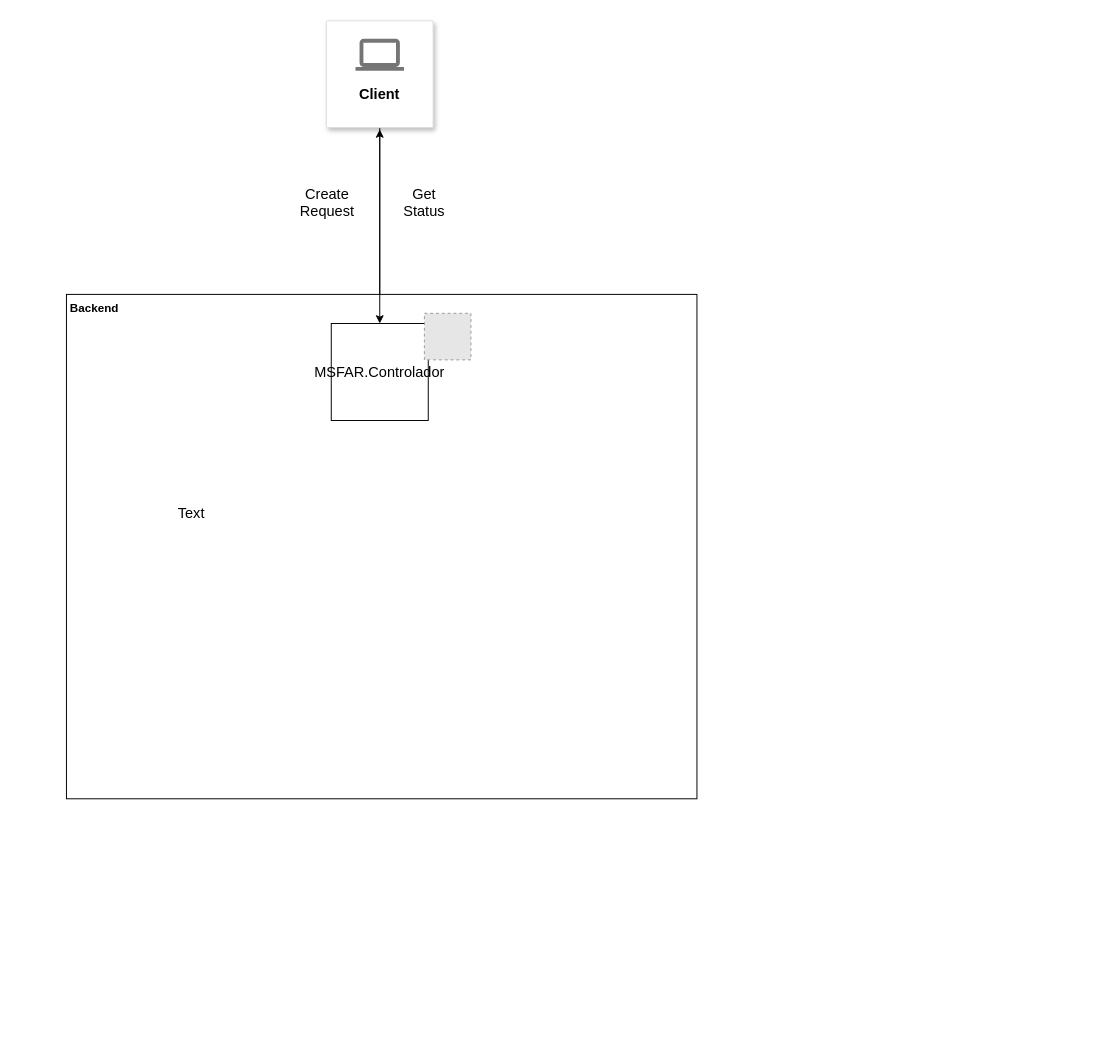
alanralmeida/fluxofar keeps this draw.io diagram as Diagrama sem nome.drawio. Above is the earlier version. Source tidied: cells renumbered, new cells numbered last; positions are measured from the earlier drawing's top-left corner, leaving out a move shared by most shapes. Both pictures are drawn from the tidied source at 97%, with x=0, y=0 at pixel (65, 20). Pictures stored in the file or linked from it are replaced by grey dashed boxes.
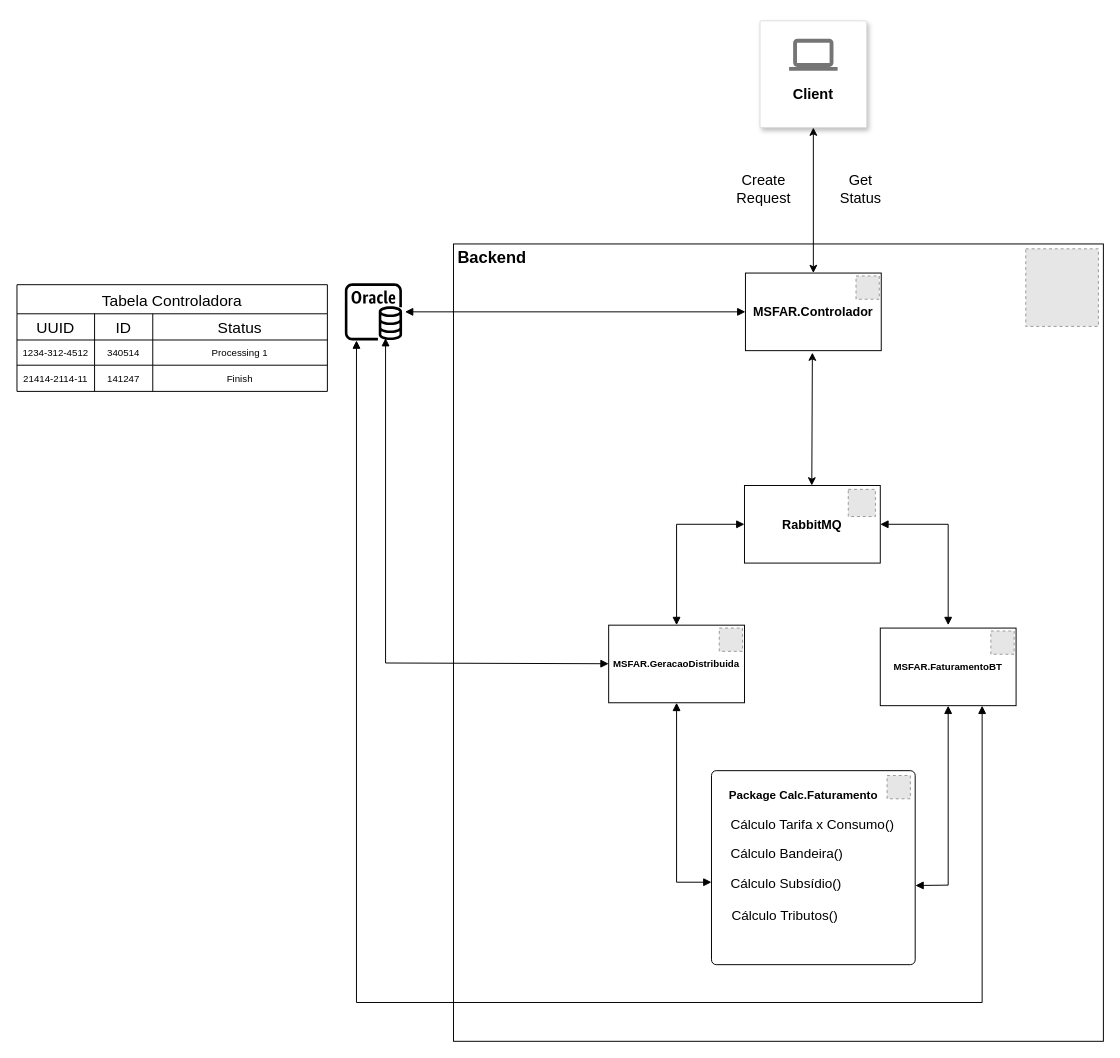
The same diagram, later.

Diff of the diagram source:
```diff
@@
-    <mxCell id="2" style="edgeStyle=orthogonalEdgeStyle;rounded=0;orthogonalLoop=1;jettySize=auto;html=1;fontSize=15;" parent="1" edge="1">
-      <mxGeometry relative="1" as="geometry">
-        <mxPoint x="324" y="282" as="sourcePoint" />
-        <mxPoint x="324" y="112" as="targetPoint" />
-      </mxGeometry>
-    </mxCell>
     <mxCell id="3" style="rounded=0;whiteSpace=wrap;html=1;fillColor=none;noLabel=0;" parent="1" vertex="1">
-      <mxGeometry x="1" y="282" width="650" height="520" as="geometry" />
+      <mxGeometry x="400" y="230" width="670" height="822" as="geometry" />
     </mxCell>
+    <mxCell id="16" value="RabbitMQ" style="whiteSpace=wrap;html=1;align=center;newEdgeStyle={&quot;edgeStyle&quot;:&quot;elbowEdgeStyle&quot;,&quot;startArrow&quot;:&quot;none&quot;,&quot;endArrow&quot;:&quot;none&quot;};fontSize=13;fillColor=none;gradientColor=none;fontStyle=1;" parent="1" vertex="1">
+      <mxGeometry x="700" y="479" width="140" height="80" as="geometry" />
+    </mxCell>
-    <mxCell id="4" value="Backend" style="text;html=1;strokeColor=none;fillColor=none;align=center;verticalAlign=middle;whiteSpace=wrap;rounded=0;fontStyle=1;" parent="1" vertex="1">
-      <mxGeometry y="282" width="60" height="30" as="geometry" />
+    <mxCell id="4" value="Backend" style="text;html=1;strokeColor=none;fillColor=none;align=center;verticalAlign=middle;whiteSpace=wrap;rounded=0;fontStyle=1;fontSize=17;" parent="1" vertex="1">
+      <mxGeometry x="410" y="230" width="60" height="30" as="geometry" />
     </mxCell>
-    <mxCell id="5" style="edgeStyle=orthogonalEdgeStyle;rounded=0;jettySize=auto;html=1;fontSize=15;" parent="1" edge="1" source="6" target="12">
-      <mxGeometry relative="1" as="geometry" />
-    </mxCell>
     <mxCell id="6" style="strokeColor=#dddddd;fillColor=#ffffff;shadow=1;strokeWidth=1;rounded=1;absoluteArcSize=1;arcSize=2;labelPosition=center;verticalLabelPosition=middle;align=center;verticalAlign=bottom;spacingLeft=0;fontColor=#999999;fontSize=13;whiteSpace=wrap;spacingBottom=2;html=1;fontStyle=1;" parent="1" vertex="1">
-      <mxGeometry x="269" width="110" height="110" as="geometry" />
+      <mxGeometry x="716" width="110" height="110" as="geometry" />
     </mxCell>
@@
     <mxCell id="9" value="Create Request" style="text;html=1;strokeColor=none;fillColor=none;align=center;verticalAlign=middle;whiteSpace=wrap;rounded=0;fontSize=15;" parent="1" vertex="1">
-      <mxGeometry x="240" y="172" width="60" height="30" as="geometry" />
+      <mxGeometry x="690" y="158" width="60" height="30" as="geometry" />
     </mxCell>
     <mxCell id="10" value="Get Status" style="text;html=1;strokeColor=none;fillColor=none;align=center;verticalAlign=middle;whiteSpace=wrap;rounded=0;fontSize=15;" parent="1" vertex="1">
-      <mxGeometry x="340" y="172" width="60" height="30" as="geometry" />
+      <mxGeometry x="790" y="158" width="60" height="30" as="geometry" />
     </mxCell>
@@
-    <mxCell id="12" style="whiteSpace=wrap;html=1;fontSize=15;fillColor=none;" parent="1" vertex="1">
-      <mxGeometry x="274" y="312" width="100" height="100" as="geometry" />
-    </mxCell>
-    <mxCell id="13" value="Text" style="text;html=1;strokeColor=none;fillColor=none;align=center;verticalAlign=middle;whiteSpace=wrap;rounded=0;fontSize=15;" parent="1" vertex="1">
-      <mxGeometry x="100" y="492" width="60" height="30" as="geometry" />
-    </mxCell>
+    <mxCell id="17" style="endArrow=classic;startArrow=classic;html=1;rounded=0;fontSize=10;exitX=0.5;exitY=0;exitDx=0;exitDy=0;" parent="1" edge="1" source="14" target="6">
+      <mxGeometry relative="1" as="geometry" />
+    </mxCell>
+    <mxCell id="18" style="sketch=0;fontColor=#232F3E;gradientColor=none;fillColor=#000000;strokeColor=none;dashed=0;verticalLabelPosition=bottom;verticalAlign=top;align=center;html=1;fontSize=12;fontStyle=0;shape=mxgraph.aws4.rds_oracle_instance;" parent="1" vertex="1">
+      <mxGeometry x="288" y="270.5" width="59" height="59" as="geometry" />
+    </mxCell>
-    <mxCell id="14" value="MSFAR.Controlador" style="text;html=1;strokeColor=none;fillColor=none;align=center;verticalAlign=middle;whiteSpace=wrap;rounded=0;fontSize=15;" parent="1" vertex="1">
-      <mxGeometry x="301" y="349.5" width="46" height="25" as="geometry" />
+    <mxCell id="14" value="MSFAR.Controlador" style="whiteSpace=wrap;html=1;align=center;newEdgeStyle={&quot;edgeStyle&quot;:&quot;elbowEdgeStyle&quot;,&quot;startArrow&quot;:&quot;none&quot;,&quot;endArrow&quot;:&quot;none&quot;};fontSize=13;fillColor=none;gradientColor=none;fontStyle=1;" parent="1" vertex="1">
+      <mxGeometry x="701" y="260" width="140" height="80" as="geometry" />
     </mxCell>
     <mxCell id="15" style="fillColor=#E6E6E6;strokeColor=#999999;dashed=1;verticalLabelPosition=bottom;labelBackgroundColor=#ffffff;verticalAlign=top;fontSize=15;" parent="1" vertex="1">
-      <mxGeometry x="370" y="301.5" width="48" height="48" as="geometry" />
+      <mxGeometry x="815" y="263" width="24" height="24" as="geometry" />
     </mxCell>
+    <mxCell id="19" style="endArrow=block;startArrow=block;endFill=1;startFill=1;html=1;rounded=0;fontSize=10;entryX=0;entryY=0.5;entryDx=0;entryDy=0;" parent="1" edge="1" target="14">
+      <mxGeometry relative="1" as="geometry">
+        <mxPoint x="350" y="300" as="sourcePoint" />
+      </mxGeometry>
+    </mxCell>
+    <mxCell id="20" value="Tabela Controladora" style="shape=table;startSize=30;childLayout=tableLayout;strokeColor=default;fontSize=16;fillColor=none;gradientColor=none;rowLines=1;columnLines=1;" parent="1" vertex="1">
+      <mxGeometry x="-50" y="272" width="320" height="110" as="geometry" />
+    </mxCell>
+    <mxCell id="21" style="shape=tableRow;horizontal=0;startSize=0;swimlaneHead=0;swimlaneBody=0;strokeColor=inherit;top=0;left=0;bottom=0;right=0;fillColor=none;fontSize=16;" parent="20" vertex="1">
+      <mxGeometry y="30" width="320" height="27" as="geometry" />
+    </mxCell>
+    <mxCell id="22" value="UUID" style="shape=partialRectangle;html=1;whiteSpace=wrap;strokeColor=inherit;overflow=hidden;fillColor=none;top=0;left=0;bottom=0;right=0;fontSize=16;" parent="21" vertex="1">
+      <mxGeometry width="80" height="27" as="geometry" />
+    </mxCell>
+    <mxCell id="23" value="ID" style="shape=partialRectangle;html=1;whiteSpace=wrap;strokeColor=inherit;overflow=hidden;fillColor=none;top=0;left=0;bottom=0;right=0;fontSize=16;" parent="21" vertex="1">
+      <mxGeometry x="80" width="60" height="27" as="geometry" />
+    </mxCell>
+    <mxCell id="24" value="Status" style="shape=partialRectangle;html=1;whiteSpace=wrap;strokeColor=inherit;overflow=hidden;fillColor=none;top=0;left=0;bottom=0;right=0;fontSize=16;" parent="21" vertex="1">
+      <mxGeometry x="140" width="180" height="27" as="geometry" />
+    </mxCell>
+    <mxCell id="25" style="shape=tableRow;horizontal=0;startSize=0;swimlaneHead=0;swimlaneBody=0;strokeColor=inherit;top=0;left=0;bottom=0;right=0;fillColor=none;fontSize=16;" parent="20" vertex="1">
+      <mxGeometry y="57" width="320" height="26" as="geometry" />
+    </mxCell>
+    <mxCell id="26" value="1234-312-4512" style="shape=partialRectangle;html=1;whiteSpace=wrap;strokeColor=inherit;overflow=hidden;fillColor=none;top=0;left=0;bottom=0;right=0;fontSize=10;" parent="25" vertex="1">
+      <mxGeometry width="80" height="26" as="geometry" />
+    </mxCell>
+    <mxCell id="27" value="340514" style="shape=partialRectangle;html=1;whiteSpace=wrap;strokeColor=inherit;overflow=hidden;fillColor=none;top=0;left=0;bottom=0;right=0;fontSize=10;" parent="25" vertex="1">
+      <mxGeometry x="80" width="60" height="26" as="geometry" />
+    </mxCell>
+    <mxCell id="28" value="Processing 1" style="shape=partialRectangle;html=1;whiteSpace=wrap;strokeColor=inherit;overflow=hidden;fillColor=none;top=0;left=0;bottom=0;right=0;fontSize=10;" parent="25" vertex="1">
+      <mxGeometry x="140" width="180" height="26" as="geometry" />
+    </mxCell>
+    <mxCell id="29" style="shape=tableRow;horizontal=0;startSize=0;swimlaneHead=0;swimlaneBody=0;strokeColor=inherit;top=0;left=0;bottom=0;right=0;fillColor=none;fontSize=16;" parent="20" vertex="1">
+      <mxGeometry y="83" width="320" height="27" as="geometry" />
+    </mxCell>
+    <mxCell id="30" value="21414-2114-11" style="shape=partialRectangle;html=1;whiteSpace=wrap;strokeColor=inherit;overflow=hidden;fillColor=none;top=0;left=0;bottom=0;right=0;fontSize=10;" parent="29" vertex="1">
+      <mxGeometry width="80" height="27" as="geometry" />
+    </mxCell>
+    <mxCell id="31" value="141247" style="shape=partialRectangle;html=1;whiteSpace=wrap;strokeColor=inherit;overflow=hidden;fillColor=none;top=0;left=0;bottom=0;right=0;fontSize=10;" parent="29" vertex="1">
+      <mxGeometry x="80" width="60" height="27" as="geometry" />
+    </mxCell>
+    <mxCell id="32" value="Finish" style="shape=partialRectangle;html=1;whiteSpace=wrap;strokeColor=inherit;overflow=hidden;fillColor=none;top=0;left=0;bottom=0;right=0;fontSize=10;" parent="29" vertex="1">
+      <mxGeometry x="140" width="180" height="27" as="geometry" />
+    </mxCell>
+    <mxCell id="33" style="fillColor=#E6E6E6;strokeColor=#999999;dashed=1;verticalLabelPosition=bottom;labelBackgroundColor=#ffffff;verticalAlign=top;fontFamily=Helvetica;fontSize=16;fontColor=default;" parent="1" vertex="1">
+      <mxGeometry x="807" y="483" width="28" height="28" as="geometry" />
+    </mxCell>
+    <mxCell id="34" value="MSFAR.GeracaoDistribuida" style="whiteSpace=wrap;html=1;align=center;newEdgeStyle={&quot;edgeStyle&quot;:&quot;elbowEdgeStyle&quot;,&quot;startArrow&quot;:&quot;none&quot;,&quot;endArrow&quot;:&quot;none&quot;};fontSize=10;fillColor=none;gradientColor=none;fontStyle=1;" parent="1" vertex="1">
+      <mxGeometry x="560" y="623" width="140" height="80" as="geometry" />
+    </mxCell>
+    <mxCell id="35" style="fillColor=#E6E6E6;strokeColor=#999999;dashed=1;verticalLabelPosition=bottom;labelBackgroundColor=#ffffff;verticalAlign=top;fontSize=15;" parent="1" vertex="1">
+      <mxGeometry x="674" y="626" width="24" height="24" as="geometry" />
+    </mxCell>
+    <mxCell id="36" value="MSFAR.FaturamentoBT" style="whiteSpace=wrap;html=1;align=center;newEdgeStyle={&quot;edgeStyle&quot;:&quot;elbowEdgeStyle&quot;,&quot;startArrow&quot;:&quot;none&quot;,&quot;endArrow&quot;:&quot;none&quot;};fontSize=10;fillColor=none;gradientColor=none;fontStyle=1;" parent="1" vertex="1">
+      <mxGeometry x="840" y="626" width="140" height="80" as="geometry" />
+    </mxCell>
+    <mxCell id="37" style="fillColor=#E6E6E6;strokeColor=#999999;dashed=1;verticalLabelPosition=bottom;labelBackgroundColor=#ffffff;verticalAlign=top;fontSize=15;" parent="1" vertex="1">
+      <mxGeometry x="954" y="629" width="24" height="24" as="geometry" />
+    </mxCell>
+    <mxCell id="38" style="endArrow=block;startArrow=block;endFill=1;startFill=1;html=1;rounded=0;fontSize=10;exitX=0.5;exitY=0;exitDx=0;exitDy=0;entryX=0;entryY=0.5;entryDx=0;entryDy=0;" parent="1" edge="1" source="34" target="16">
+      <mxGeometry relative="1" as="geometry">
+        <Array as="points">
+          <mxPoint x="630" y="519" />
+        </Array>
+      </mxGeometry>
+    </mxCell>
+    <mxCell id="39" style="endArrow=block;startArrow=block;endFill=1;startFill=1;html=1;rounded=0;fontSize=10;exitX=0.5;exitY=0;exitDx=0;exitDy=0;" parent="1" edge="1" target="16">
+      <mxGeometry relative="1" as="geometry">
+        <mxPoint x="910" y="623" as="sourcePoint" />
+        <Array as="points">
+          <mxPoint x="910" y="519" />
+        </Array>
+      </mxGeometry>
+    </mxCell>
+    <mxCell id="40" style="html=1;shadow=0;dashed=0;shape=mxgraph.bootstrap.rrect;rSize=5;fillColor=#ffffff;strokeColor=#000000;fontFamily=Helvetica;fontSize=10;fontColor=default;startSize=30;align=center;" parent="1" vertex="1">
+      <mxGeometry x="666" y="773" width="210" height="200" as="geometry" />
+    </mxCell>
+    <mxCell id="41" value="Package Calc.Faturamento" style="fillColor=none;strokeColor=none;align=center;spacing=20;fontSize=12;fontColor=#000000;fontStyle=1;fontFamily=Helvetica;startSize=30;" parent="40" vertex="1">
+      <mxGeometry width="190" height="30" relative="1" as="geometry">
+        <mxPoint y="10" as="offset" />
+      </mxGeometry>
+    </mxCell>
+    <mxCell id="42" value="Cálculo Tarifa x Consumo()" style="fillColor=none;strokeColor=none;align=left;spacing=20;fontSize=14;fontFamily=Helvetica;fontColor=default;startSize=30;" parent="40" vertex="1">
+      <mxGeometry width="140" height="30" relative="1" as="geometry">
+        <mxPoint y="40" as="offset" />
+      </mxGeometry>
+    </mxCell>
+    <mxCell id="43" value="Cálculo Bandeira()" style="fillColor=none;strokeColor=none;align=left;spacing=20;fontSize=14;fontFamily=Helvetica;fontColor=default;startSize=30;" parent="40" vertex="1">
+      <mxGeometry width="140" height="30" relative="1" as="geometry">
+        <mxPoint y="70" as="offset" />
+      </mxGeometry>
+    </mxCell>
+    <mxCell id="44" value="Cálculo Subsídio()" style="fillColor=none;strokeColor=none;align=left;spacing=20;fontSize=14;fontFamily=Helvetica;fontColor=default;startSize=30;" parent="40" vertex="1">
+      <mxGeometry y="100" width="140" height="30" as="geometry" />
+    </mxCell>
+    <mxCell id="45" style="fillColor=#E6E6E6;strokeColor=#999999;dashed=1;verticalLabelPosition=bottom;labelBackgroundColor=#ffffff;verticalAlign=top;fontSize=15;" parent="40" vertex="1">
+      <mxGeometry x="181" y="5" width="24" height="24" as="geometry" />
+    </mxCell>
+    <mxCell id="46" value="Cálculo Tributos()" style="fillColor=none;strokeColor=none;align=left;spacing=20;fontSize=14;fontFamily=Helvetica;fontColor=default;startSize=30;" parent="1" vertex="1">
+      <mxGeometry x="667" y="906" width="140" height="30" as="geometry" />
+    </mxCell>
+    <mxCell id="47" style="endArrow=block;startArrow=block;endFill=1;startFill=1;html=1;rounded=0;fontSize=10;exitX=0;exitY=0.5;exitDx=0;exitDy=0;entryX=0.5;entryY=1;entryDx=0;entryDy=0;" parent="1" edge="1" source="44" target="34">
+      <mxGeometry relative="1" as="geometry">
+        <Array as="points">
+          <mxPoint x="630" y="888" />
+        </Array>
+      </mxGeometry>
+    </mxCell>
+    <mxCell id="48" style="endArrow=block;startArrow=block;endFill=1;startFill=1;html=1;rounded=0;fontSize=10;exitX=1.001;exitY=0.592;exitDx=0;exitDy=0;entryX=0.5;entryY=1;entryDx=0;entryDy=0;exitPerimeter=0;" parent="1" edge="1" source="40">
+      <mxGeometry relative="1" as="geometry">
+        <mxPoint x="910" y="706" as="targetPoint" />
+        <Array as="points">
+          <mxPoint x="910" y="891" />
+        </Array>
+      </mxGeometry>
+    </mxCell>
+    <mxCell id="49" style="fillColor=#E6E6E6;strokeColor=#999999;dashed=1;verticalLabelPosition=bottom;labelBackgroundColor=default;verticalAlign=top;" parent="1" vertex="1">
+      <mxGeometry x="990" y="235" width="74.9" height="80" as="geometry" />
+    </mxCell>
+    <mxCell id="50" style="endArrow=block;startArrow=block;endFill=1;startFill=1;html=1;rounded=0;fontSize=10;entryX=0.5;entryY=1;entryDx=0;entryDy=0;" parent="1" edge="1" source="34">
+      <mxGeometry relative="1" as="geometry">
+        <mxPoint x="330" y="327" as="targetPoint" />
+        <Array as="points">
+          <mxPoint x="330" y="662" />
+        </Array>
+      </mxGeometry>
+    </mxCell>
+    <mxCell id="51" style="endArrow=block;startArrow=block;endFill=1;startFill=1;html=1;rounded=0;fontSize=10;entryX=0.5;entryY=1;entryDx=0;entryDy=0;exitX=0.75;exitY=1;exitDx=0;exitDy=0;" parent="1" edge="1" source="36">
+      <mxGeometry relative="1" as="geometry">
+        <mxPoint x="300" y="329.5" as="targetPoint" />
+        <Array as="points">
+          <mxPoint x="945" y="1012" />
+          <mxPoint x="300" y="1012" />
+        </Array>
+      </mxGeometry>
+    </mxCell>
+    <mxCell id="52" style="endArrow=classic;startArrow=classic;html=1;rounded=0;fontSize=10;exitX=0.5;exitY=0;exitDx=0;exitDy=0;" parent="1" edge="1">
+      <mxGeometry relative="1" as="geometry">
+        <mxPoint x="769.4" y="479" as="sourcePoint" />
+        <mxPoint x="770" y="342" as="targetPoint" />
+      </mxGeometry>
+    </mxCell>
```
